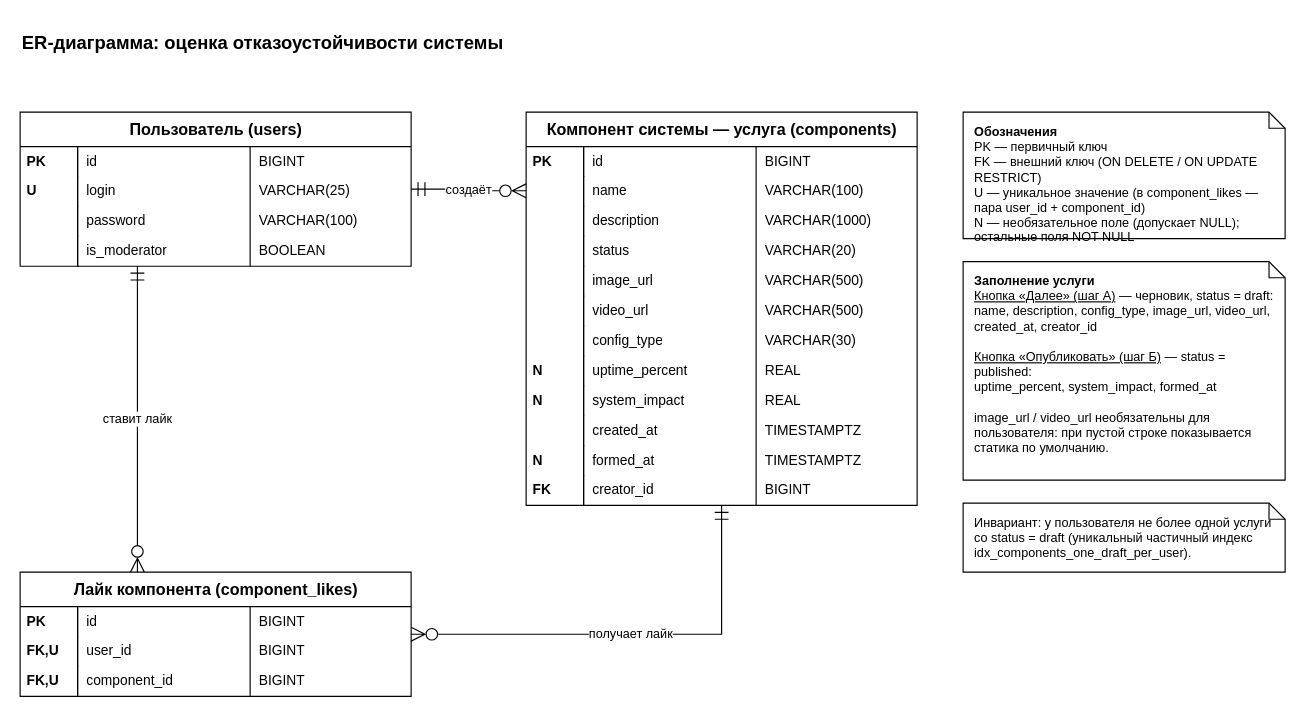
Above: page "ER Lab 2" (1 of 2) of docs/er-diagram.drawio in exexexd0/web-backend-availability (draw.io), before the change. Source tidied: cells renumbered, new cells numbered last; positions are measured from the earlier drawing's top-left corner, leaving out a move shared by most shapes. Both pictures are drawn from the tidied source at 115%, with x=0, y=0 at pixel (20, 20).
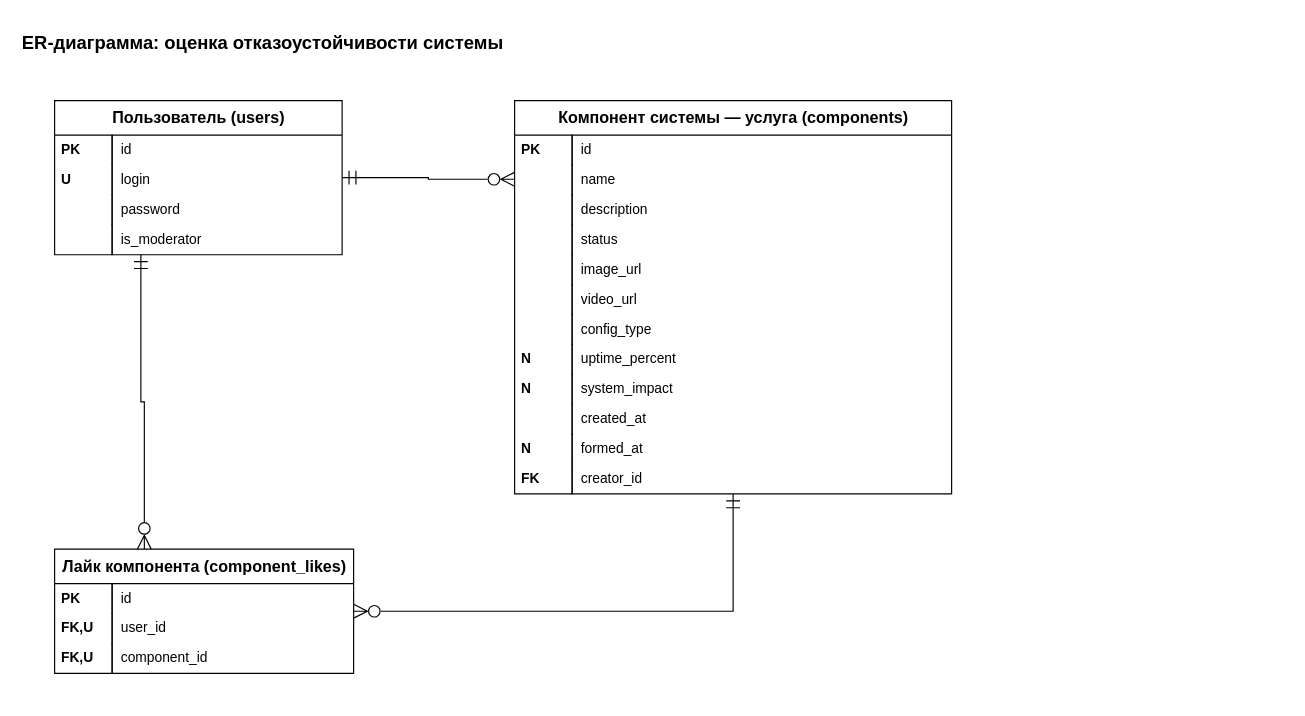
Above is the later version.

The edit, as a diff of the source:
```diff
@@
     <mxCell id="3" value="Пользователь (users)" style="shape=table;startSize=30;childLayout=tableLayout;rowLines=0;fontStyle=1;align=center;html=1;fontSize=14;" parent="1" vertex="1">
-      <mxGeometry y="80" width="340" height="134" as="geometry" />
+      <mxGeometry x="30" y="70" width="250" height="134" as="geometry" />
     </mxCell>
     <mxCell id="4" style="shape=tableRow;horizontal=0;startSize=0;swimlaneHead=0;swimlaneBody=0;fillColor=none;top=0;left=0;right=0;bottom=0;html=1;" parent="3" vertex="1">
-      <mxGeometry y="30" width="340" height="26" as="geometry" />
+      <mxGeometry y="30" width="250" height="26" as="geometry" />
     </mxCell>
@@
     <mxCell id="6" value="id" style="shape=partialRectangle;fillColor=none;top=0;left=0;bottom=0;right=0;align=left;spacingLeft=6;overflow=hidden;whiteSpace=wrap;html=1;" parent="4" vertex="1">
-      <mxGeometry x="50" width="150" height="26" as="geometry" />
+      <mxGeometry x="50" width="200" height="26" as="geometry" />
     </mxCell>
-    <mxCell id="7" value="BIGINT" style="shape=partialRectangle;fillColor=none;top=0;left=0;bottom=0;right=0;align=left;spacingLeft=6;overflow=hidden;whiteSpace=wrap;html=1;" parent="4" vertex="1">
-      <mxGeometry x="200" width="140" height="26" as="geometry" />
-    </mxCell>
     <mxCell id="8" style="shape=tableRow;horizontal=0;startSize=0;swimlaneHead=0;swimlaneBody=0;fillColor=none;top=0;left=0;right=0;bottom=0;html=1;" parent="3" vertex="1">
-      <mxGeometry y="56" width="340" height="26" as="geometry" />
+      <mxGeometry y="56" width="250" height="26" as="geometry" />
     </mxCell>
@@
     <mxCell id="10" value="login" style="shape=partialRectangle;fillColor=none;top=0;left=0;bottom=0;right=0;align=left;spacingLeft=6;overflow=hidden;whiteSpace=wrap;html=1;" parent="8" vertex="1">
-      <mxGeometry x="50" width="150" height="26" as="geometry" />
+      <mxGeometry x="50" width="200" height="26" as="geometry" />
     </mxCell>
-    <mxCell id="11" value="VARCHAR(25)" style="shape=partialRectangle;fillColor=none;top=0;left=0;bottom=0;right=0;align=left;spacingLeft=6;overflow=hidden;whiteSpace=wrap;html=1;" parent="8" vertex="1">
-      <mxGeometry x="200" width="140" height="26" as="geometry" />
-    </mxCell>
     <mxCell id="12" style="shape=tableRow;horizontal=0;startSize=0;swimlaneHead=0;swimlaneBody=0;fillColor=none;top=0;left=0;right=0;bottom=0;html=1;" parent="3" vertex="1">
-      <mxGeometry y="82" width="340" height="26" as="geometry" />
+      <mxGeometry y="82" width="250" height="26" as="geometry" />
     </mxCell>
@@
     <mxCell id="14" value="password" style="shape=partialRectangle;fillColor=none;top=0;left=0;bottom=0;right=0;align=left;spacingLeft=6;overflow=hidden;whiteSpace=wrap;html=1;" parent="12" vertex="1">
-      <mxGeometry x="50" width="150" height="26" as="geometry" />
+      <mxGeometry x="50" width="200" height="26" as="geometry" />
     </mxCell>
-    <mxCell id="15" value="VARCHAR(100)" style="shape=partialRectangle;fillColor=none;top=0;left=0;bottom=0;right=0;align=left;spacingLeft=6;overflow=hidden;whiteSpace=wrap;html=1;" parent="12" vertex="1">
-      <mxGeometry x="200" width="140" height="26" as="geometry" />
-    </mxCell>
     <mxCell id="16" style="shape=tableRow;horizontal=0;startSize=0;swimlaneHead=0;swimlaneBody=0;fillColor=none;top=0;left=0;right=0;bottom=0;html=1;" parent="3" vertex="1">
-      <mxGeometry y="108" width="340" height="26" as="geometry" />
+      <mxGeometry y="108" width="250" height="26" as="geometry" />
     </mxCell>
@@
     <mxCell id="18" value="is_moderator" style="shape=partialRectangle;fillColor=none;top=0;left=0;bottom=0;right=0;align=left;spacingLeft=6;overflow=hidden;whiteSpace=wrap;html=1;" parent="16" vertex="1">
-      <mxGeometry x="50" width="150" height="26" as="geometry" />
+      <mxGeometry x="50" width="200" height="26" as="geometry" />
     </mxCell>
-    <mxCell id="19" value="BOOLEAN" style="shape=partialRectangle;fillColor=none;top=0;left=0;bottom=0;right=0;align=left;spacingLeft=6;overflow=hidden;whiteSpace=wrap;html=1;" parent="16" vertex="1">
-      <mxGeometry x="200" width="140" height="26" as="geometry" />
-    </mxCell>
     <mxCell id="20" value="Компонент системы — услуга (components)" style="shape=table;startSize=30;childLayout=tableLayout;rowLines=0;fontStyle=1;align=center;html=1;fontSize=14;" parent="1" vertex="1">
-      <mxGeometry x="440" y="80" width="340" height="342" as="geometry" />
+      <mxGeometry x="430" y="70" width="380" height="342" as="geometry" />
     </mxCell>
     <mxCell id="21" style="shape=tableRow;horizontal=0;startSize=0;swimlaneHead=0;swimlaneBody=0;fillColor=none;top=0;left=0;right=0;bottom=0;html=1;" parent="20" vertex="1">
-      <mxGeometry y="30" width="340" height="26" as="geometry" />
+      <mxGeometry y="30" width="380" height="26" as="geometry" />
     </mxCell>
@@
     <mxCell id="23" value="id" style="shape=partialRectangle;fillColor=none;top=0;left=0;bottom=0;right=0;align=left;spacingLeft=6;overflow=hidden;whiteSpace=wrap;html=1;" parent="21" vertex="1">
-      <mxGeometry x="50" width="150" height="26" as="geometry" />
+      <mxGeometry x="50" width="330" height="26" as="geometry" />
     </mxCell>
-    <mxCell id="24" value="BIGINT" style="shape=partialRectangle;fillColor=none;top=0;left=0;bottom=0;right=0;align=left;spacingLeft=6;overflow=hidden;whiteSpace=wrap;html=1;" parent="21" vertex="1">
-      <mxGeometry x="200" width="140" height="26" as="geometry" />
-    </mxCell>
     <mxCell id="25" style="shape=tableRow;horizontal=0;startSize=0;swimlaneHead=0;swimlaneBody=0;fillColor=none;top=0;left=0;right=0;bottom=0;html=1;" parent="20" vertex="1">
-      <mxGeometry y="56" width="340" height="26" as="geometry" />
+      <mxGeometry y="56" width="380" height="26" as="geometry" />
     </mxCell>
@@
     <mxCell id="27" value="name" style="shape=partialRectangle;fillColor=none;top=0;left=0;bottom=0;right=0;align=left;spacingLeft=6;overflow=hidden;whiteSpace=wrap;html=1;" parent="25" vertex="1">
-      <mxGeometry x="50" width="150" height="26" as="geometry" />
+      <mxGeometry x="50" width="330" height="26" as="geometry" />
     </mxCell>
-    <mxCell id="28" value="VARCHAR(100)" style="shape=partialRectangle;fillColor=none;top=0;left=0;bottom=0;right=0;align=left;spacingLeft=6;overflow=hidden;whiteSpace=wrap;html=1;" parent="25" vertex="1">
-      <mxGeometry x="200" width="140" height="26" as="geometry" />
-    </mxCell>
     <mxCell id="29" style="shape=tableRow;horizontal=0;startSize=0;swimlaneHead=0;swimlaneBody=0;fillColor=none;top=0;left=0;right=0;bottom=0;html=1;" parent="20" vertex="1">
-      <mxGeometry y="82" width="340" height="26" as="geometry" />
+      <mxGeometry y="82" width="380" height="26" as="geometry" />
     </mxCell>
@@
     <mxCell id="31" value="description" style="shape=partialRectangle;fillColor=none;top=0;left=0;bottom=0;right=0;align=left;spacingLeft=6;overflow=hidden;whiteSpace=wrap;html=1;" parent="29" vertex="1">
-      <mxGeometry x="50" width="150" height="26" as="geometry" />
+      <mxGeometry x="50" width="330" height="26" as="geometry" />
     </mxCell>
-    <mxCell id="32" value="VARCHAR(1000)" style="shape=partialRectangle;fillColor=none;top=0;left=0;bottom=0;right=0;align=left;spacingLeft=6;overflow=hidden;whiteSpace=wrap;html=1;" parent="29" vertex="1">
-      <mxGeometry x="200" width="140" height="26" as="geometry" />
-    </mxCell>
     <mxCell id="33" style="shape=tableRow;horizontal=0;startSize=0;swimlaneHead=0;swimlaneBody=0;fillColor=none;top=0;left=0;right=0;bottom=0;html=1;" parent="20" vertex="1">
-      <mxGeometry y="108" width="340" height="26" as="geometry" />
+      <mxGeometry y="108" width="380" height="26" as="geometry" />
     </mxCell>
@@
     <mxCell id="35" value="status" style="shape=partialRectangle;fillColor=none;top=0;left=0;bottom=0;right=0;align=left;spacingLeft=6;overflow=hidden;whiteSpace=wrap;html=1;" parent="33" vertex="1">
-      <mxGeometry x="50" width="150" height="26" as="geometry" />
+      <mxGeometry x="50" width="330" height="26" as="geometry" />
     </mxCell>
-    <mxCell id="36" value="VARCHAR(20)" style="shape=partialRectangle;fillColor=none;top=0;left=0;bottom=0;right=0;align=left;spacingLeft=6;overflow=hidden;whiteSpace=wrap;html=1;" parent="33" vertex="1">
-      <mxGeometry x="200" width="140" height="26" as="geometry" />
-    </mxCell>
     <mxCell id="37" style="shape=tableRow;horizontal=0;startSize=0;swimlaneHead=0;swimlaneBody=0;fillColor=none;top=0;left=0;right=0;bottom=0;html=1;" parent="20" vertex="1">
-      <mxGeometry y="134" width="340" height="26" as="geometry" />
+      <mxGeometry y="134" width="380" height="26" as="geometry" />
     </mxCell>
@@
     <mxCell id="39" value="image_url" style="shape=partialRectangle;fillColor=none;top=0;left=0;bottom=0;right=0;align=left;spacingLeft=6;overflow=hidden;whiteSpace=wrap;html=1;" parent="37" vertex="1">
-      <mxGeometry x="50" width="150" height="26" as="geometry" />
+      <mxGeometry x="50" width="330" height="26" as="geometry" />
     </mxCell>
-    <mxCell id="40" value="VARCHAR(500)" style="shape=partialRectangle;fillColor=none;top=0;left=0;bottom=0;right=0;align=left;spacingLeft=6;overflow=hidden;whiteSpace=wrap;html=1;" parent="37" vertex="1">
-      <mxGeometry x="200" width="140" height="26" as="geometry" />
-    </mxCell>
     <mxCell id="41" style="shape=tableRow;horizontal=0;startSize=0;swimlaneHead=0;swimlaneBody=0;fillColor=none;top=0;left=0;right=0;bottom=0;html=1;" parent="20" vertex="1">
-      <mxGeometry y="160" width="340" height="26" as="geometry" />
+      <mxGeometry y="160" width="380" height="26" as="geometry" />
     </mxCell>
@@
     <mxCell id="43" value="video_url" style="shape=partialRectangle;fillColor=none;top=0;left=0;bottom=0;right=0;align=left;spacingLeft=6;overflow=hidden;whiteSpace=wrap;html=1;" parent="41" vertex="1">
-      <mxGeometry x="50" width="150" height="26" as="geometry" />
+      <mxGeometry x="50" width="330" height="26" as="geometry" />
     </mxCell>
-    <mxCell id="44" value="VARCHAR(500)" style="shape=partialRectangle;fillColor=none;top=0;left=0;bottom=0;right=0;align=left;spacingLeft=6;overflow=hidden;whiteSpace=wrap;html=1;" parent="41" vertex="1">
-      <mxGeometry x="200" width="140" height="26" as="geometry" />
-    </mxCell>
     <mxCell id="45" style="shape=tableRow;horizontal=0;startSize=0;swimlaneHead=0;swimlaneBody=0;fillColor=none;top=0;left=0;right=0;bottom=0;html=1;" parent="20" vertex="1">
-      <mxGeometry y="186" width="340" height="26" as="geometry" />
+      <mxGeometry y="186" width="380" height="26" as="geometry" />
     </mxCell>
@@
     <mxCell id="47" value="config_type" style="shape=partialRectangle;fillColor=none;top=0;left=0;bottom=0;right=0;align=left;spacingLeft=6;overflow=hidden;whiteSpace=wrap;html=1;" parent="45" vertex="1">
-      <mxGeometry x="50" width="150" height="26" as="geometry" />
+      <mxGeometry x="50" width="330" height="26" as="geometry" />
     </mxCell>
-    <mxCell id="48" value="VARCHAR(30)" style="shape=partialRectangle;fillColor=none;top=0;left=0;bottom=0;right=0;align=left;spacingLeft=6;overflow=hidden;whiteSpace=wrap;html=1;" parent="45" vertex="1">
-      <mxGeometry x="200" width="140" height="26" as="geometry" />
-    </mxCell>
     <mxCell id="49" style="shape=tableRow;horizontal=0;startSize=0;swimlaneHead=0;swimlaneBody=0;fillColor=none;top=0;left=0;right=0;bottom=0;html=1;" parent="20" vertex="1">
-      <mxGeometry y="212" width="340" height="26" as="geometry" />
+      <mxGeometry y="212" width="380" height="26" as="geometry" />
     </mxCell>
@@
     <mxCell id="51" value="uptime_percent" style="shape=partialRectangle;fillColor=none;top=0;left=0;bottom=0;right=0;align=left;spacingLeft=6;overflow=hidden;whiteSpace=wrap;html=1;" parent="49" vertex="1">
-      <mxGeometry x="50" width="150" height="26" as="geometry" />
+      <mxGeometry x="50" width="330" height="26" as="geometry" />
     </mxCell>
-    <mxCell id="52" value="REAL" style="shape=partialRectangle;fillColor=none;top=0;left=0;bottom=0;right=0;align=left;spacingLeft=6;overflow=hidden;whiteSpace=wrap;html=1;" parent="49" vertex="1">
-      <mxGeometry x="200" width="140" height="26" as="geometry" />
-    </mxCell>
     <mxCell id="53" style="shape=tableRow;horizontal=0;startSize=0;swimlaneHead=0;swimlaneBody=0;fillColor=none;top=0;left=0;right=0;bottom=0;html=1;" parent="20" vertex="1">
-      <mxGeometry y="238" width="340" height="26" as="geometry" />
+      <mxGeometry y="238" width="380" height="26" as="geometry" />
     </mxCell>
@@
     <mxCell id="55" value="system_impact" style="shape=partialRectangle;fillColor=none;top=0;left=0;bottom=0;right=0;align=left;spacingLeft=6;overflow=hidden;whiteSpace=wrap;html=1;" parent="53" vertex="1">
-      <mxGeometry x="50" width="150" height="26" as="geometry" />
+      <mxGeometry x="50" width="330" height="26" as="geometry" />
     </mxCell>
-    <mxCell id="56" value="REAL" style="shape=partialRectangle;fillColor=none;top=0;left=0;bottom=0;right=0;align=left;spacingLeft=6;overflow=hidden;whiteSpace=wrap;html=1;" parent="53" vertex="1">
-      <mxGeometry x="200" width="140" height="26" as="geometry" />
-    </mxCell>
     <mxCell id="57" style="shape=tableRow;horizontal=0;startSize=0;swimlaneHead=0;swimlaneBody=0;fillColor=none;top=0;left=0;right=0;bottom=0;html=1;" parent="20" vertex="1">
-      <mxGeometry y="264" width="340" height="26" as="geometry" />
+      <mxGeometry y="264" width="380" height="26" as="geometry" />
     </mxCell>
@@
     <mxCell id="59" value="created_at" style="shape=partialRectangle;fillColor=none;top=0;left=0;bottom=0;right=0;align=left;spacingLeft=6;overflow=hidden;whiteSpace=wrap;html=1;" parent="57" vertex="1">
-      <mxGeometry x="50" width="150" height="26" as="geometry" />
+      <mxGeometry x="50" width="330" height="26" as="geometry" />
     </mxCell>
-    <mxCell id="60" value="TIMESTAMPTZ" style="shape=partialRectangle;fillColor=none;top=0;left=0;bottom=0;right=0;align=left;spacingLeft=6;overflow=hidden;whiteSpace=wrap;html=1;" parent="57" vertex="1">
-      <mxGeometry x="200" width="140" height="26" as="geometry" />
-    </mxCell>
     <mxCell id="61" style="shape=tableRow;horizontal=0;startSize=0;swimlaneHead=0;swimlaneBody=0;fillColor=none;top=0;left=0;right=0;bottom=0;html=1;" parent="20" vertex="1">
-      <mxGeometry y="290" width="340" height="26" as="geometry" />
+      <mxGeometry y="290" width="380" height="26" as="geometry" />
     </mxCell>
@@
     <mxCell id="63" value="formed_at" style="shape=partialRectangle;fillColor=none;top=0;left=0;bottom=0;right=0;align=left;spacingLeft=6;overflow=hidden;whiteSpace=wrap;html=1;" parent="61" vertex="1">
-      <mxGeometry x="50" width="150" height="26" as="geometry" />
+      <mxGeometry x="50" width="330" height="26" as="geometry" />
     </mxCell>
-    <mxCell id="64" value="TIMESTAMPTZ" style="shape=partialRectangle;fillColor=none;top=0;left=0;bottom=0;right=0;align=left;spacingLeft=6;overflow=hidden;whiteSpace=wrap;html=1;" parent="61" vertex="1">
-      <mxGeometry x="200" width="140" height="26" as="geometry" />
-    </mxCell>
     <mxCell id="65" style="shape=tableRow;horizontal=0;startSize=0;swimlaneHead=0;swimlaneBody=0;fillColor=none;top=0;left=0;right=0;bottom=0;html=1;" parent="20" vertex="1">
-      <mxGeometry y="316" width="340" height="26" as="geometry" />
+      <mxGeometry y="316" width="380" height="26" as="geometry" />
     </mxCell>
@@
     <mxCell id="67" value="creator_id" style="shape=partialRectangle;fillColor=none;top=0;left=0;bottom=0;right=0;align=left;spacingLeft=6;overflow=hidden;whiteSpace=wrap;html=1;" parent="65" vertex="1">
-      <mxGeometry x="50" width="150" height="26" as="geometry" />
+      <mxGeometry x="50" width="330" height="26" as="geometry" />
     </mxCell>
-    <mxCell id="68" value="BIGINT" style="shape=partialRectangle;fillColor=none;top=0;left=0;bottom=0;right=0;align=left;spacingLeft=6;overflow=hidden;whiteSpace=wrap;html=1;" parent="65" vertex="1">
-      <mxGeometry x="200" width="140" height="26" as="geometry" />
-    </mxCell>
     <mxCell id="69" value="Лайк компонента (component_likes)" style="shape=table;startSize=30;childLayout=tableLayout;rowLines=0;fontStyle=1;align=center;html=1;fontSize=14;" parent="1" vertex="1">
-      <mxGeometry y="480" width="340" height="108" as="geometry" />
+      <mxGeometry x="30" y="460" width="260" height="108" as="geometry" />
     </mxCell>
     <mxCell id="70" style="shape=tableRow;horizontal=0;startSize=0;swimlaneHead=0;swimlaneBody=0;fillColor=none;top=0;left=0;right=0;bottom=0;html=1;" parent="69" vertex="1">
-      <mxGeometry y="30" width="340" height="26" as="geometry" />
+      <mxGeometry y="30" width="260" height="26" as="geometry" />
     </mxCell>
@@
     <mxCell id="72" value="id" style="shape=partialRectangle;fillColor=none;top=0;left=0;bottom=0;right=0;align=left;spacingLeft=6;overflow=hidden;whiteSpace=wrap;html=1;" parent="70" vertex="1">
-      <mxGeometry x="50" width="150" height="26" as="geometry" />
+      <mxGeometry x="50" width="210" height="26" as="geometry" />
     </mxCell>
-    <mxCell id="73" value="BIGINT" style="shape=partialRectangle;fillColor=none;top=0;left=0;bottom=0;right=0;align=left;spacingLeft=6;overflow=hidden;whiteSpace=wrap;html=1;" parent="70" vertex="1">
-      <mxGeometry x="200" width="140" height="26" as="geometry" />
-    </mxCell>
     <mxCell id="74" style="shape=tableRow;horizontal=0;startSize=0;swimlaneHead=0;swimlaneBody=0;fillColor=none;top=0;left=0;right=0;bottom=0;html=1;" parent="69" vertex="1">
-      <mxGeometry y="56" width="340" height="26" as="geometry" />
+      <mxGeometry y="56" width="260" height="26" as="geometry" />
     </mxCell>
@@
     <mxCell id="76" value="user_id" style="shape=partialRectangle;fillColor=none;top=0;left=0;bottom=0;right=0;align=left;spacingLeft=6;overflow=hidden;whiteSpace=wrap;html=1;" parent="74" vertex="1">
-      <mxGeometry x="50" width="150" height="26" as="geometry" />
+      <mxGeometry x="50" width="210" height="26" as="geometry" />
     </mxCell>
-    <mxCell id="77" value="BIGINT" style="shape=partialRectangle;fillColor=none;top=0;left=0;bottom=0;right=0;align=left;spacingLeft=6;overflow=hidden;whiteSpace=wrap;html=1;" parent="74" vertex="1">
-      <mxGeometry x="200" width="140" height="26" as="geometry" />
-    </mxCell>
     <mxCell id="78" style="shape=tableRow;horizontal=0;startSize=0;swimlaneHead=0;swimlaneBody=0;fillColor=none;top=0;left=0;right=0;bottom=0;html=1;" parent="69" vertex="1">
-      <mxGeometry y="82" width="340" height="26" as="geometry" />
+      <mxGeometry y="82" width="260" height="26" as="geometry" />
     </mxCell>
@@
     <mxCell id="80" value="component_id" style="shape=partialRectangle;fillColor=none;top=0;left=0;bottom=0;right=0;align=left;spacingLeft=6;overflow=hidden;whiteSpace=wrap;html=1;" parent="78" vertex="1">
-      <mxGeometry x="50" width="150" height="26" as="geometry" />
+      <mxGeometry x="50" width="210" height="26" as="geometry" />
     </mxCell>
-    <mxCell id="81" value="BIGINT" style="shape=partialRectangle;fillColor=none;top=0;left=0;bottom=0;right=0;align=left;spacingLeft=6;overflow=hidden;whiteSpace=wrap;html=1;" parent="78" vertex="1">
-      <mxGeometry x="200" width="140" height="26" as="geometry" />
-    </mxCell>
-    <mxCell id="82" value="создаёт" style="edgeStyle=orthogonalEdgeStyle;rounded=0;jettySize=auto;html=1;exitX=1;exitY=0.5;entryX=0;entryY=0.2;startArrow=ERmandOne;startFill=0;endArrow=ERzeroToMany;endFill=0;startSize=10;endSize=10;fontSize=11;labelBackgroundColor=#ffffff;" parent="1" edge="1" source="3" target="20">
+    <mxCell id="82" style="edgeStyle=orthogonalEdgeStyle;rounded=0;jettySize=auto;html=1;exitX=1;exitY=0.5;entryX=0;entryY=0.2;startArrow=ERmandOne;startFill=0;endArrow=ERzeroToMany;endFill=0;startSize=10;endSize=10;fontSize=11;labelBackgroundColor=#ffffff;" parent="1" edge="1" source="3" target="20">
       <mxGeometry relative="1" as="geometry" />
     </mxCell>
-    <mxCell id="83" value="ставит лайк" style="edgeStyle=orthogonalEdgeStyle;rounded=0;jettySize=auto;html=1;exitX=0.3;exitY=1;entryX=0.3;entryY=0;startArrow=ERmandOne;startFill=0;endArrow=ERzeroToMany;endFill=0;startSize=10;endSize=10;fontSize=11;labelBackgroundColor=#ffffff;" parent="1" edge="1" source="3" target="69">
+    <mxCell id="83" style="edgeStyle=orthogonalEdgeStyle;rounded=0;jettySize=auto;html=1;exitX=0.3;exitY=1;entryX=0.3;entryY=0;startArrow=ERmandOne;startFill=0;endArrow=ERzeroToMany;endFill=0;startSize=10;endSize=10;fontSize=11;labelBackgroundColor=#ffffff;" parent="1" edge="1" source="3" target="69">
       <mxGeometry relative="1" as="geometry" />
     </mxCell>
-    <mxCell id="84" value="получает лайк" style="edgeStyle=orthogonalEdgeStyle;rounded=0;jettySize=auto;html=1;exitX=0.5;exitY=1;entryX=1;entryY=0.5;startArrow=ERmandOne;startFill=0;endArrow=ERzeroToMany;endFill=0;startSize=10;endSize=10;fontSize=11;labelBackgroundColor=#ffffff;" parent="1" edge="1" source="20" target="69">
+    <mxCell id="84" style="edgeStyle=orthogonalEdgeStyle;rounded=0;jettySize=auto;html=1;exitX=0.5;exitY=1;entryX=1;entryY=0.5;startArrow=ERmandOne;startFill=0;endArrow=ERzeroToMany;endFill=0;startSize=10;endSize=10;fontSize=11;labelBackgroundColor=#ffffff;" parent="1" edge="1" source="20" target="69">
       <mxGeometry relative="1" as="geometry" />
     </mxCell>
-    <mxCell id="85" value="&lt;b&gt;Обозначения&lt;/b&gt;&lt;br&gt;PK — первичный ключ&lt;br&gt;FK — внешний ключ (ON DELETE / ON UPDATE RESTRICT)&lt;br&gt;U — уникальное значение (в component_likes — пара user_id + component_id)&lt;br&gt;N — необязательное поле (допускает NULL); остальные поля NOT NULL" style="shape=note;whiteSpace=wrap;html=1;size=14;fontSize=11;align=left;verticalAlign=top;spacingLeft=8;spacingTop=4;" parent="1" vertex="1">
-      <mxGeometry x="820" y="80" width="280" height="110" as="geometry" />
-    </mxCell>
-    <mxCell id="86" value="&lt;b&gt;Заполнение услуги&lt;/b&gt;&lt;br&gt;&lt;u&gt;Кнопка «Далее» (шаг А)&lt;/u&gt; — черновик, status = draft:&lt;br&gt;name, description, config_type, image_url, video_url, created_at, creator_id&lt;br&gt;&lt;br&gt;&lt;u&gt;Кнопка «Опубликовать» (шаг Б)&lt;/u&gt; — status = published:&lt;br&gt;uptime_percent, system_impact, formed_at&lt;br&gt;&lt;br&gt;image_url / video_url необязательны для пользователя: при пустой строке показывается статика по умолчанию." style="shape=note;whiteSpace=wrap;html=1;size=14;fontSize=11;align=left;verticalAlign=top;spacingLeft=8;spacingTop=4;" parent="1" vertex="1">
-      <mxGeometry x="820" y="210" width="280" height="190" as="geometry" />
-    </mxCell>
-    <mxCell id="87" value="Инвариант: у пользователя не более одной услуги со status = draft (уникальный частичный индекс idx_components_one_draft_per_user)." style="shape=note;whiteSpace=wrap;html=1;size=14;fontSize=11;align=left;verticalAlign=top;spacingLeft=8;spacingTop=4;" parent="1" vertex="1">
-      <mxGeometry x="820" y="420" width="280" height="60" as="geometry" />
-    </mxCell>
```
